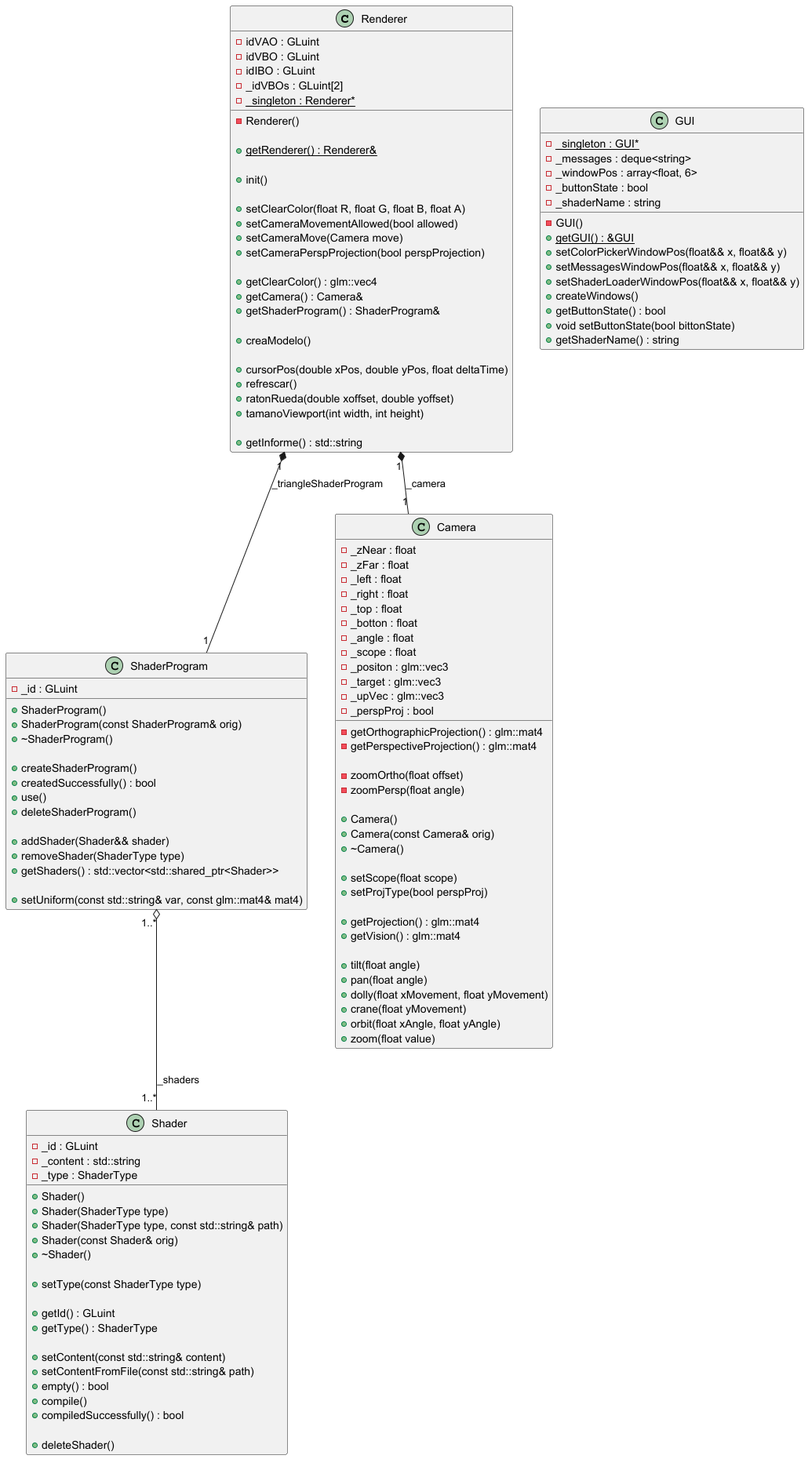
ahg00048/PAG_PROJECT keeps this PlantUML diagram as img/UML_3.png. Above is the earlier version.
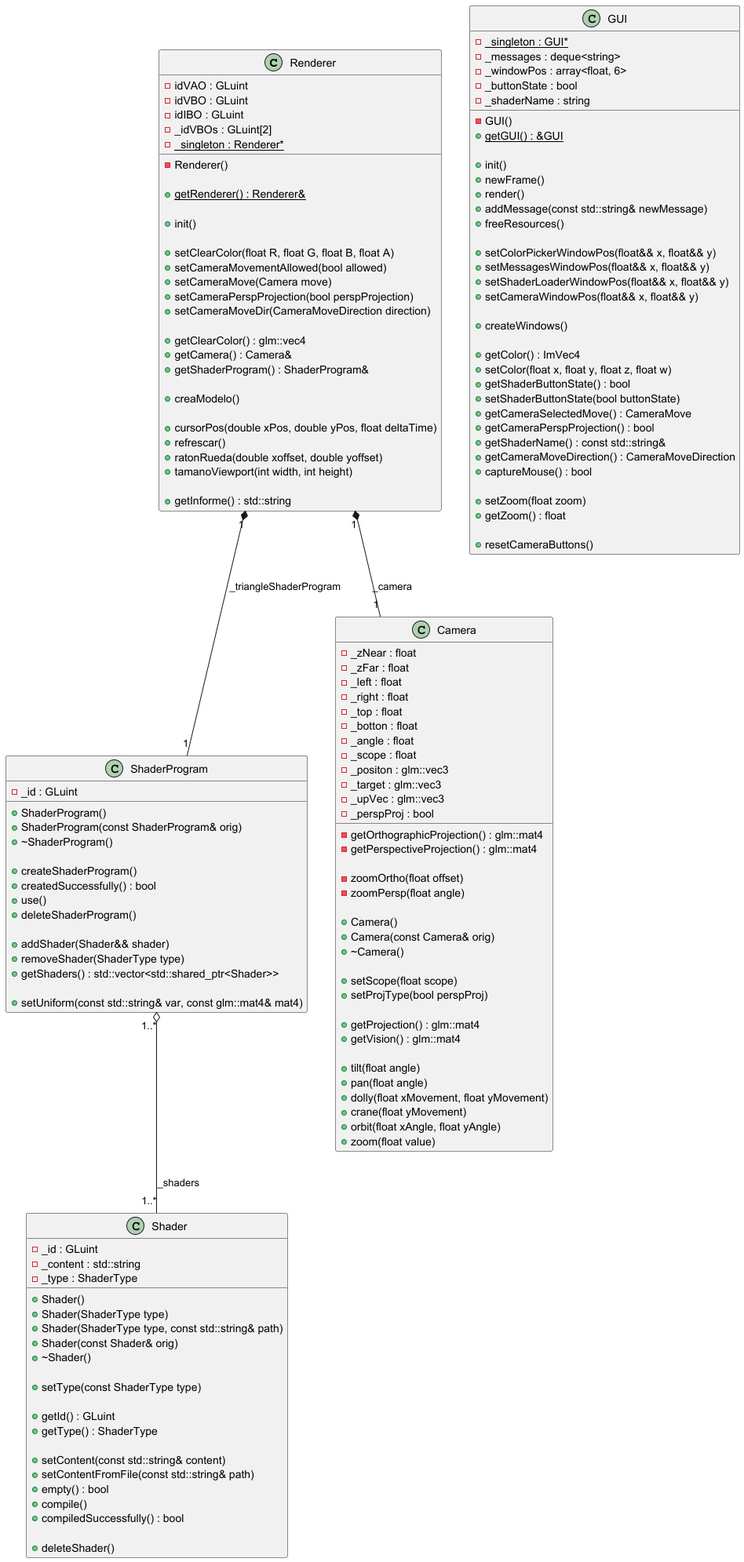
After the change.

Diff of the diagram source:
```diff
@@ -16,6 +16,7 @@
     + setCameraMovementAllowed(bool allowed)
     + setCameraMove(Camera move)
     + setCameraPerspProjection(bool perspProjection)
+    + setCameraMoveDir(CameraMoveDirection direction)
 
     + getClearColor() : glm::vec4
     + getCamera() : Camera&
@@ -40,13 +41,35 @@
     - _shaderName : string
 
     + {static} getGUI() : &GUI
+
+    + init()
+    + newFrame()
+    + render()
+    + addMessage(const std::string& newMessage)
+    + freeResources()
+
     + setColorPickerWindowPos(float&& x, float&& y)
     + setMessagesWindowPos(float&& x, float&& y)
     + setShaderLoaderWindowPos(float&& x, float&& y)
+    + setCameraWindowPos(float&& x, float&& y)
+
     + createWindows()
-    + getButtonState() : bool
-    + void setButtonState(bool bittonState)
-    + getShaderName() : string
+
+    + getColor() : ImVec4
+    + setColor(float x, float y, float z, float w)
+    + getShaderButtonState() : bool
+    + setShaderButtonState(bool buttonState)
+    + getCameraSelectedMove() : CameraMove
+    + getCameraPerspProjection() : bool
+    + getShaderName() : const std::string&
+    + getCameraMoveDirection() : CameraMoveDirection
+    +captureMouse() : bool
+
+    + setZoom(float zoom)
+    + getZoom() : float
+
+    + resetCameraButtons()
+
 }
 
 class Shader {
```
